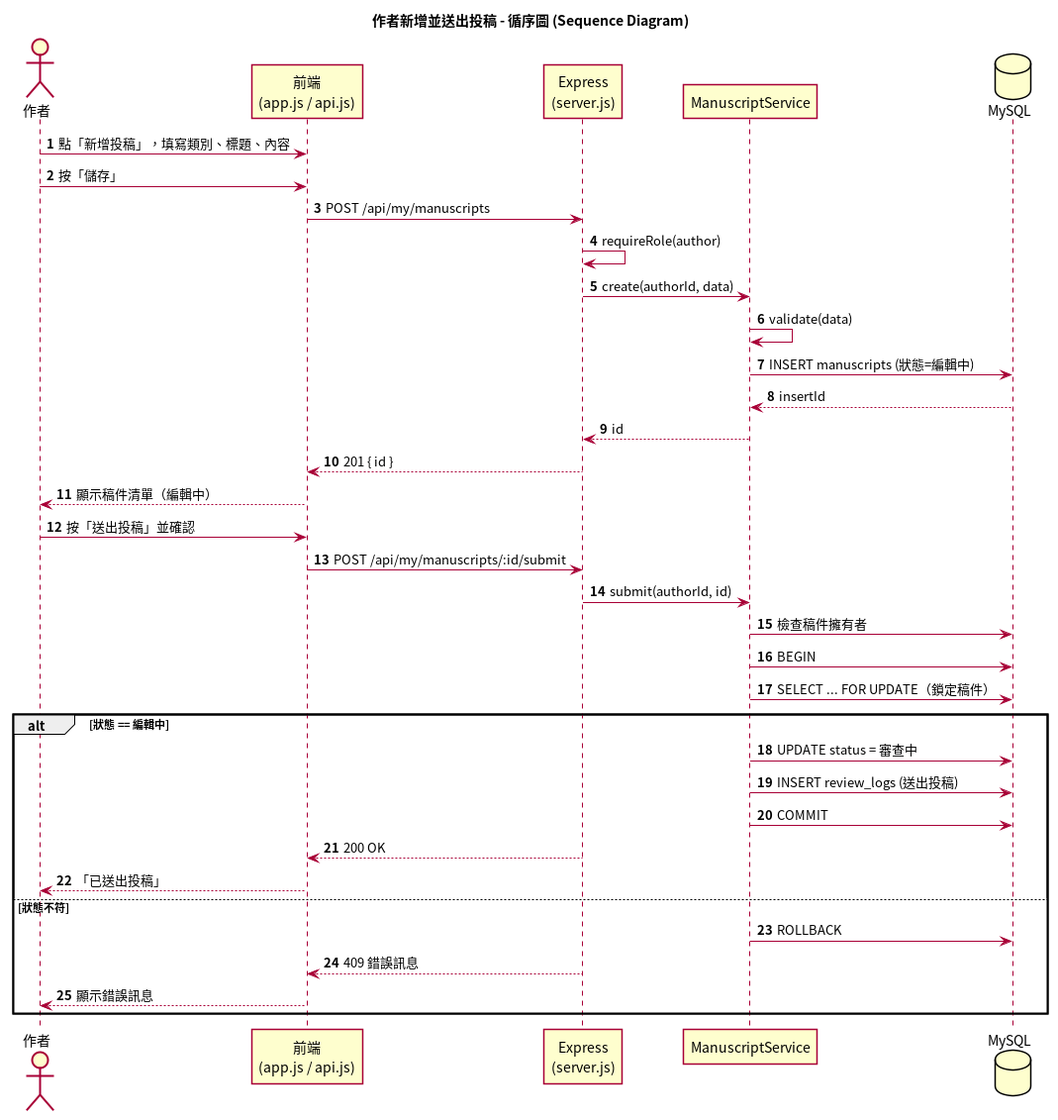
The PlantUML diagram docs/uml/04_sequence_author.png in 617-lyx/1151se_mid, before a commit. Its source is kept beside it as docs/uml/04_sequence_author.puml.
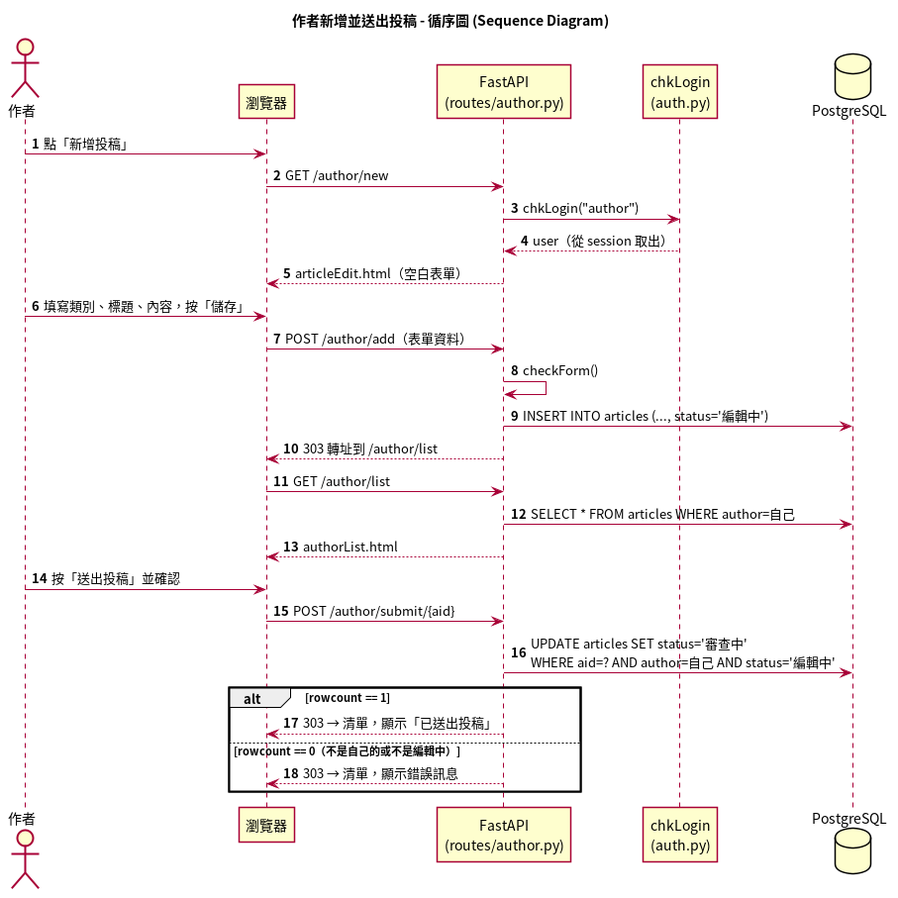
The same file after the commit.

Change to the diagram source:
```diff
@@ -5,38 +5,31 @@
 title 作者新增並送出投稿 - 循序圖 (Sequence Diagram)
 autonumber
 actor 作者
-participant "前端\n(app.js / api.js)" as FE
-participant "Express\n(server.js)" as API
-participant ManuscriptService as S
-database MySQL as DB
+participant "瀏覽器" as BR
+participant "FastAPI\n(routes/author.py)" as API
+participant "chkLogin\n(auth.py)" as AUTH
+database "PostgreSQL" as DB
 
-作者 -> FE : 點「新增投稿」，填寫類別、標題、內容
-作者 -> FE : 按「儲存」
-FE -> API : POST /api/my/manuscripts
-API -> API : requireRole(author)
-API -> S : create(authorId, data)
-S -> S : validate(data)
-S -> DB : INSERT manuscripts (狀態=編輯中)
-DB --> S : insertId
-S --> API : id
-API --> FE : 201 { id }
-FE --> 作者 : 顯示稿件清單（編輯中）
+作者 -> BR : 點「新增投稿」
+BR -> API : GET /author/new
+API -> AUTH : chkLogin("author")
+AUTH --> API : user（從 session 取出）
+API --> BR : articleEdit.html（空白表單）
+作者 -> BR : 填寫類別、標題、內容，按「儲存」
+BR -> API : POST /author/add（表單資料）
+API -> API : checkForm()
+API -> DB : INSERT INTO articles (..., status='編輯中')
+API --> BR : 303 轉址到 /author/list
+BR -> API : GET /author/list
+API -> DB : SELECT * FROM articles WHERE author=自己
+API --> BR : authorList.html
 
-作者 -> FE : 按「送出投稿」並確認
-FE -> API : POST /api/my/manuscripts/:id/submit
-API -> S : submit(authorId, id)
-S -> DB : 檢查稿件擁有者
-S -> DB : BEGIN
-S -> DB : SELECT ... FOR UPDATE（鎖定稿件）
-alt 狀態 == 編輯中
-  S -> DB : UPDATE status = 審查中
-  S -> DB : INSERT review_logs (送出投稿)
-  S -> DB : COMMIT
-  API --> FE : 200 OK
-  FE --> 作者 : 「已送出投稿」
-else 狀態不符
-  S -> DB : ROLLBACK
-  API --> FE : 409 錯誤訊息
-  FE --> 作者 : 顯示錯誤訊息
+作者 -> BR : 按「送出投稿」並確認
+BR -> API : POST /author/submit/{aid}
+API -> DB : UPDATE articles SET status='審查中'\nWHERE aid=? AND author=自己 AND status='編輯中'
+alt rowcount == 1
+  API --> BR : 303 → 清單，顯示「已送出投稿」
+else rowcount == 0（不是自己的或不是編輯中）
+  API --> BR : 303 → 清單，顯示錯誤訊息
 end
 @enduml
```
